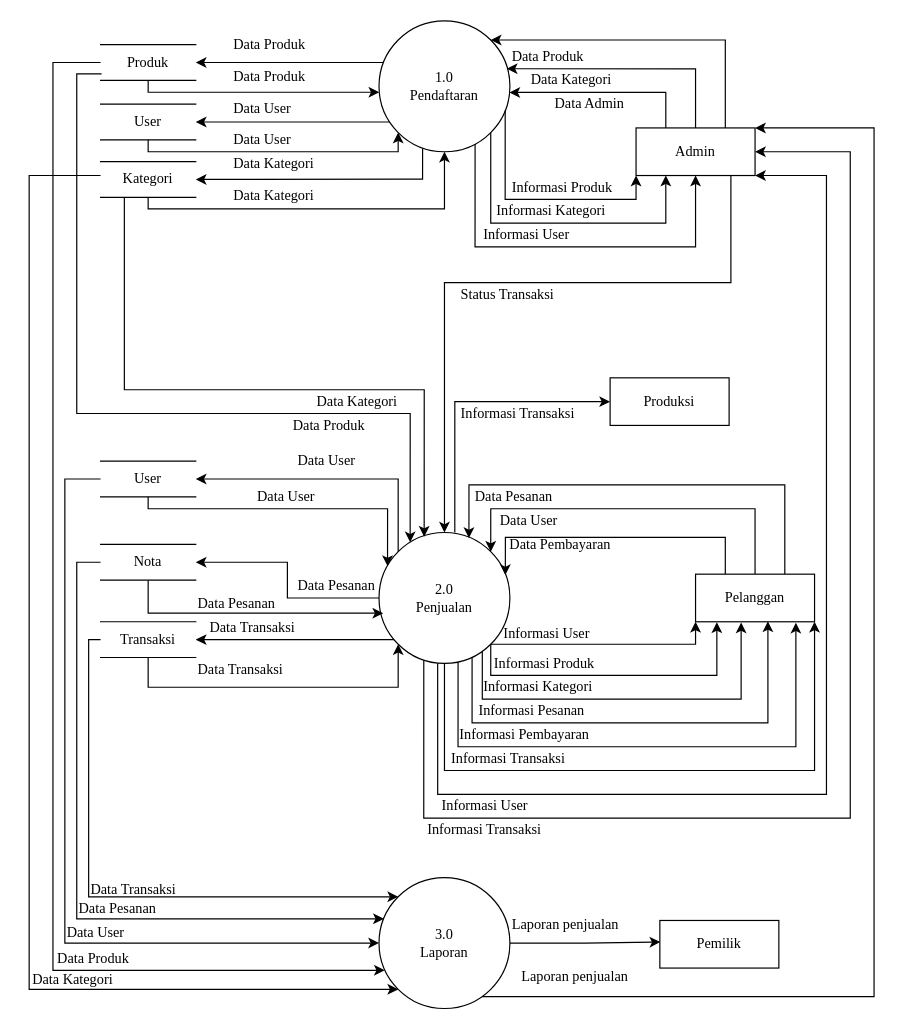
angelinahandini/TA keeps this draw.io diagram as page "DFD Level 0 Revisi" (19 of 22) of TA.drawio. Above is the earlier version. Source tidied: cells renumbered, new cells numbered last; positions are measured from the earlier drawing's top-left corner, leaving out a move shared by most shapes. Both pictures are drawn from the tidied source at 119%, with x=0, y=0 at pixel (29, 20).
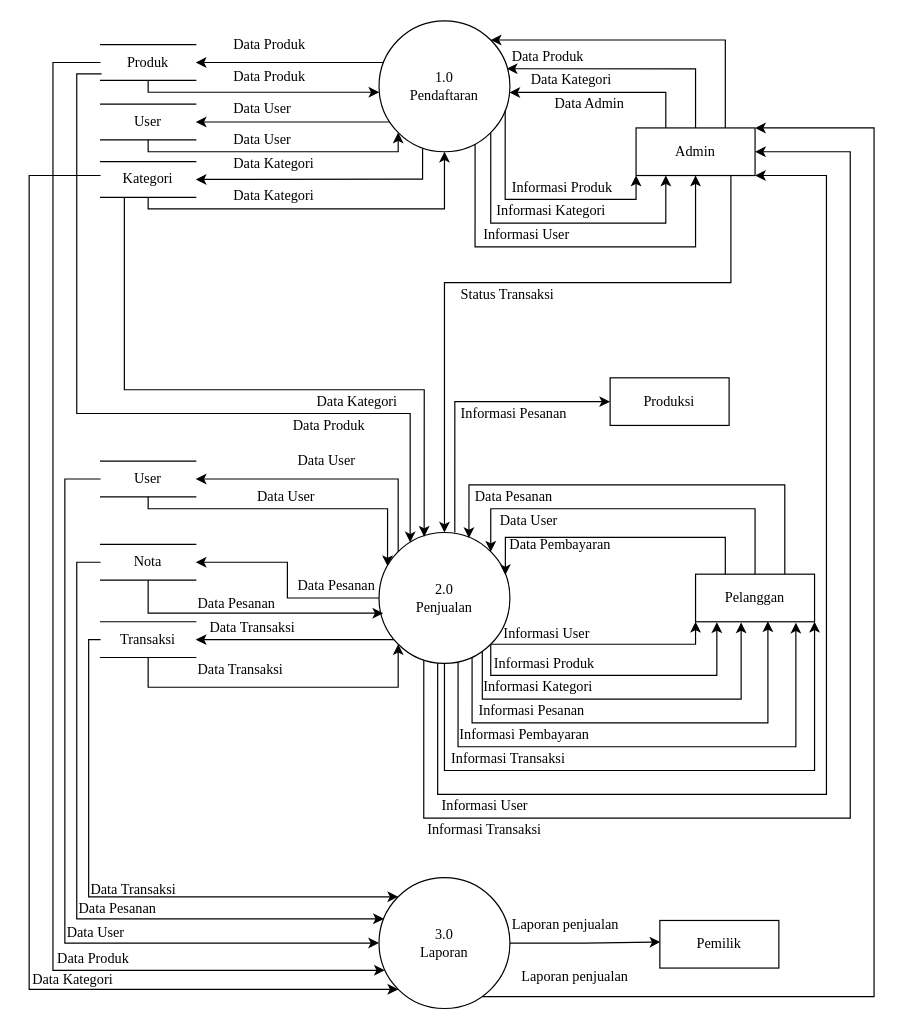
The same diagram, later.

Change to the diagram source:
```diff
@@
-    <mxCell id="2" style="group;" parent="1" vertex="1">
+    <mxCell id="2" style="group;fontFamily=Times New Roman;" parent="1" vertex="1">
       <mxGeometry width="710" height="830" as="geometry" />
     </mxCell>
@@
-    <mxCell id="64" value="Informasi Transaksi" style="text;html=1;strokeColor=none;fillColor=none;align=left;verticalAlign=middle;whiteSpace=wrap;rounded=0;fontFamily=Times New Roman;" parent="2" vertex="1">
+    <mxCell id="64" value="Informasi Pesanan" style="text;html=1;strokeColor=none;fillColor=none;align=left;verticalAlign=middle;whiteSpace=wrap;rounded=0;fontFamily=Times New Roman;" parent="2" vertex="1">
       <mxGeometry x="361" y="320" width="110" height="20" as="geometry" />
     </mxCell>
```
